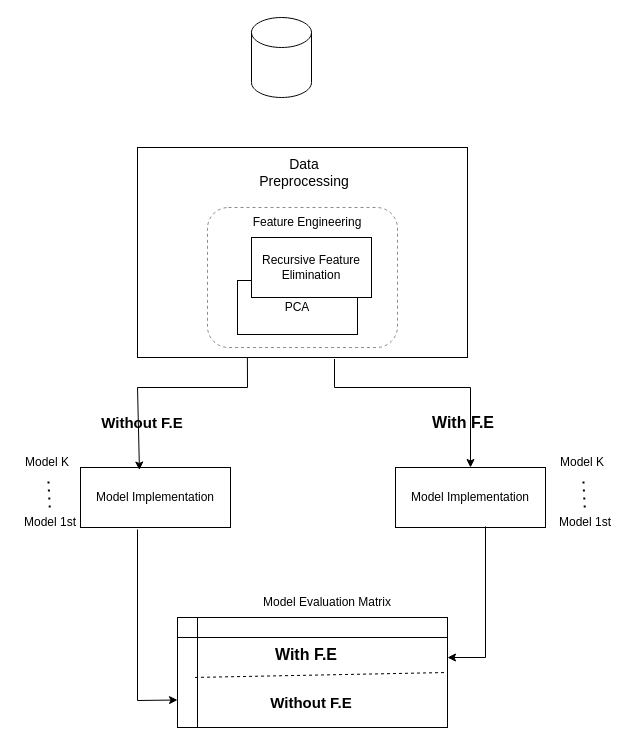
Above: archi-ml-preprocess.drawio in jonamadk/DrawIO (draw.io), before the change. Source tidied: cells renumbered, new cells numbered last; positions are measured from the earlier drawing's top-left corner, leaving out a move shared by most shapes. Both pictures are drawn from the tidied source at 100%, with x=0, y=0 at pixel (17, 17).
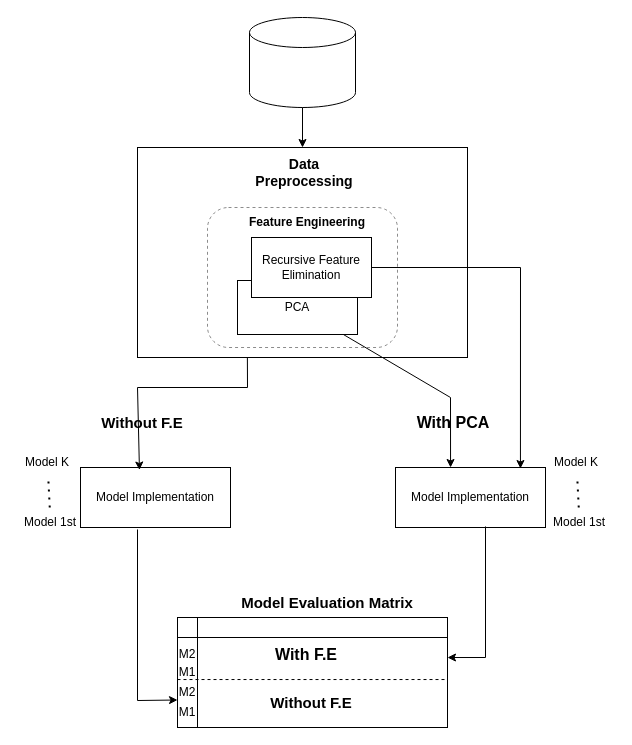
The same page after the edit.

The change refers to these unchanged cells:
```xml
<mxCell id="3" style="rounded=0;whiteSpace=wrap;html=1;" parent="1" vertex="1">
  <mxGeometry x="120" y="130" width="330" height="210" as="geometry" />
</mxCell>
<mxCell id="8" value="PCA" style="rounded=0;whiteSpace=wrap;html=1;" parent="7" vertex="1">
  <mxGeometry y="43" width="120" height="54" as="geometry" />
</mxCell>
<mxCell id="9" value="Recursive Feature Elimination" style="rounded=0;whiteSpace=wrap;html=1;" parent="7" vertex="1">
  <mxGeometry x="14" width="120" height="60" as="geometry" />
</mxCell>
<mxCell id="12" value="Model Implementation" style="rounded=0;whiteSpace=wrap;html=1;" parent="1" vertex="1">
  <mxGeometry x="378" y="450" width="150" height="60" as="geometry" />
</mxCell>
<mxCell id="25" style="group;" parent="1" vertex="1">
  <mxGeometry x="160" y="600" width="270" height="110" as="geometry" />
</mxCell>
<mxCell id="26" style="shape=internalStorage;whiteSpace=wrap;html=1;backgroundOutline=1;" parent="25" vertex="1">
  <mxGeometry width="270" height="110" as="geometry" />
</mxCell>
```

Diff of the diagram source:
```diff
@@
     <mxCell id="4" style="shape=cylinder3;whiteSpace=wrap;html=1;boundedLbl=1;backgroundOutline=1;size=15;" parent="1" vertex="1">
-      <mxGeometry x="234" width="60" height="80" as="geometry" />
+      <mxGeometry x="232" width="106" height="90" as="geometry" />
     </mxCell>
-    <mxCell id="5" value="&lt;font style=&quot;font-size: 14px;&quot;&gt;Data Preprocessing&lt;/font&gt;" style="text;html=1;align=center;verticalAlign=middle;whiteSpace=wrap;rounded=0;strokeWidth=8;" parent="1" vertex="1">
+    <mxCell id="5" value="&lt;font style=&quot;font-size: 14px;&quot;&gt;&lt;b&gt;Data Preprocessing&lt;/b&gt;&lt;/font&gt;" style="text;html=1;align=center;verticalAlign=middle;whiteSpace=wrap;rounded=0;strokeWidth=8;" parent="1" vertex="1">
       <mxGeometry x="227" y="140" width="120" height="30" as="geometry" />
     </mxCell>
@@
-    <mxCell id="10" value="Feature Engineering" style="text;html=1;align=center;verticalAlign=middle;whiteSpace=wrap;rounded=0;" parent="1" vertex="1">
+    <mxCell id="10" value="&lt;b&gt;Feature Engineering&lt;/b&gt;" style="text;html=1;align=center;verticalAlign=middle;whiteSpace=wrap;rounded=0;" parent="1" vertex="1">
       <mxGeometry x="213" y="190" width="154" height="30" as="geometry" />
     </mxCell>
@@
-    <mxCell id="15" style="endArrow=classic;html=1;rounded=0;entryX=0.5;entryY=0;entryDx=0;entryDy=0;exitX=0.597;exitY=1.007;exitDx=0;exitDy=0;exitPerimeter=0;" parent="1" edge="1" source="3" target="12">
-      <mxGeometry relative="1" as="geometry">
-        <Array as="points">
-          <mxPoint x="317" y="370" />
-          <mxPoint x="453" y="370" />
-        </Array>
-      </mxGeometry>
-    </mxCell>
-    <mxCell id="16" value="&lt;b&gt;&lt;font style=&quot;font-size: 16px;&quot;&gt;With F.E&lt;/font&gt;&lt;/b&gt;" style="text;html=1;align=center;verticalAlign=middle;whiteSpace=wrap;rounded=0;" parent="1" vertex="1">
-      <mxGeometry x="406" y="390" width="80" height="30" as="geometry" />
+    <mxCell id="16" value="&lt;b&gt;&lt;font style=&quot;font-size: 16px;&quot;&gt;With PCA&lt;/font&gt;&lt;/b&gt;" style="text;html=1;align=center;verticalAlign=middle;whiteSpace=wrap;rounded=0;" parent="1" vertex="1">
+      <mxGeometry x="396" y="390" width="80" height="30" as="geometry" />
     </mxCell>
@@
     <mxCell id="21" style="group;" parent="1" vertex="1">
-      <mxGeometry x="535" y="430" width="63" height="90" as="geometry" />
+      <mxGeometry x="529" y="430" width="63" height="90" as="geometry" />
     </mxCell>
@@
-    <mxCell id="29" style="endArrow=none;dashed=1;html=1;rounded=0;entryX=1;entryY=0.5;entryDx=0;entryDy=0;exitX=0.065;exitY=0.545;exitDx=0;exitDy=0;exitPerimeter=0;" parent="25" edge="1" source="26" target="26">
+    <mxCell id="29" style="endArrow=none;dashed=1;html=1;rounded=0;entryX=1;entryY=0.564;entryDx=0;entryDy=0;exitX=0;exitY=0.564;exitDx=0;exitDy=0;exitPerimeter=0;entryPerimeter=0;" parent="25" edge="1" source="26" target="26">
       <mxGeometry relative="1" as="geometry" />
     </mxCell>
+    <mxCell id="33" value="M1" style="text;html=1;align=center;verticalAlign=middle;whiteSpace=wrap;rounded=0;" parent="25" vertex="1">
+      <mxGeometry y="90" width="20" height="10" as="geometry" />
+    </mxCell>
+    <mxCell id="34" value="M2" style="text;html=1;align=center;verticalAlign=middle;whiteSpace=wrap;rounded=0;" parent="25" vertex="1">
+      <mxGeometry y="70" width="20" height="10" as="geometry" />
+    </mxCell>
+    <mxCell id="35" value="M1" style="text;html=1;align=center;verticalAlign=middle;whiteSpace=wrap;rounded=0;" parent="25" vertex="1">
+      <mxGeometry y="50" width="20" height="10" as="geometry" />
+    </mxCell>
+    <mxCell id="36" value="M2" style="text;html=1;align=center;verticalAlign=middle;whiteSpace=wrap;rounded=0;" parent="25" vertex="1">
+      <mxGeometry y="32" width="20" height="10" as="geometry" />
+    </mxCell>
@@
-    <mxCell id="32" value="Model Evaluation Matrix" style="text;html=1;align=center;verticalAlign=middle;whiteSpace=wrap;rounded=0;" parent="1" vertex="1">
+    <mxCell id="32" value="&lt;b&gt;&lt;font style=&quot;font-size: 15px;&quot;&gt;Model Evaluation Matrix&lt;/font&gt;&lt;/b&gt;" style="text;html=1;align=center;verticalAlign=middle;whiteSpace=wrap;rounded=0;" parent="1" vertex="1">
       <mxGeometry x="220" y="570" width="180" height="30" as="geometry" />
     </mxCell>
+    <mxCell id="37" style="endArrow=classic;html=1;rounded=0;exitX=0.5;exitY=1;exitDx=0;exitDy=0;exitPerimeter=0;entryX=0.5;entryY=0;entryDx=0;entryDy=0;" parent="1" edge="1" source="4" target="3">
+      <mxGeometry relative="1" as="geometry" />
+    </mxCell>
+    <mxCell id="38" style="endArrow=classic;html=1;rounded=0;entryX=0.367;entryY=0;entryDx=0;entryDy=0;entryPerimeter=0;" parent="1" edge="1" source="8" target="12">
+      <mxGeometry relative="1" as="geometry">
+        <Array as="points">
+          <mxPoint x="433" y="380" />
+        </Array>
+      </mxGeometry>
+    </mxCell>
+    <mxCell id="39" style="endArrow=classic;html=1;rounded=0;exitX=1;exitY=0.5;exitDx=0;exitDy=0;entryX=0.833;entryY=0.017;entryDx=0;entryDy=0;entryPerimeter=0;" parent="1" edge="1" source="9" target="12">
+      <mxGeometry relative="1" as="geometry">
+        <Array as="points">
+          <mxPoint x="503" y="250" />
+        </Array>
+      </mxGeometry>
+    </mxCell>
```
